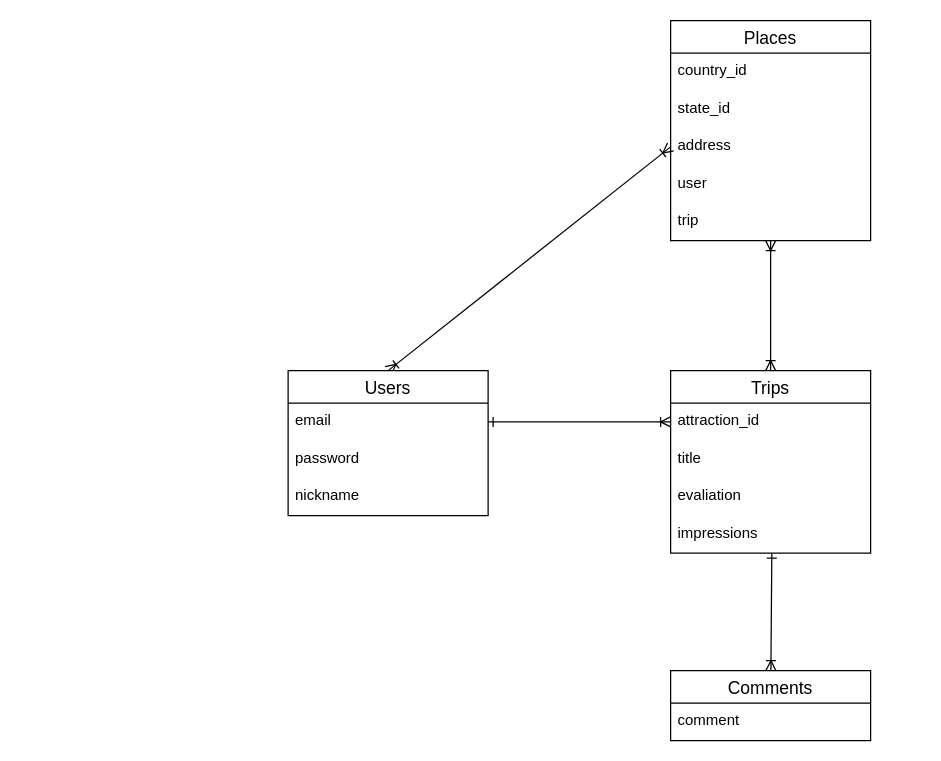
This is sightseeing.dio from Nkmryy/sightseeing-app, a draw.io file, before an edit. Source tidied: cells renumbered, new cells numbered last; positions are measured from the earlier drawing's top-left corner, leaving out a move shared by most shapes. Both pictures are drawn from the tidied source at 125%, with x=0, y=0 at pixel (288, 20).
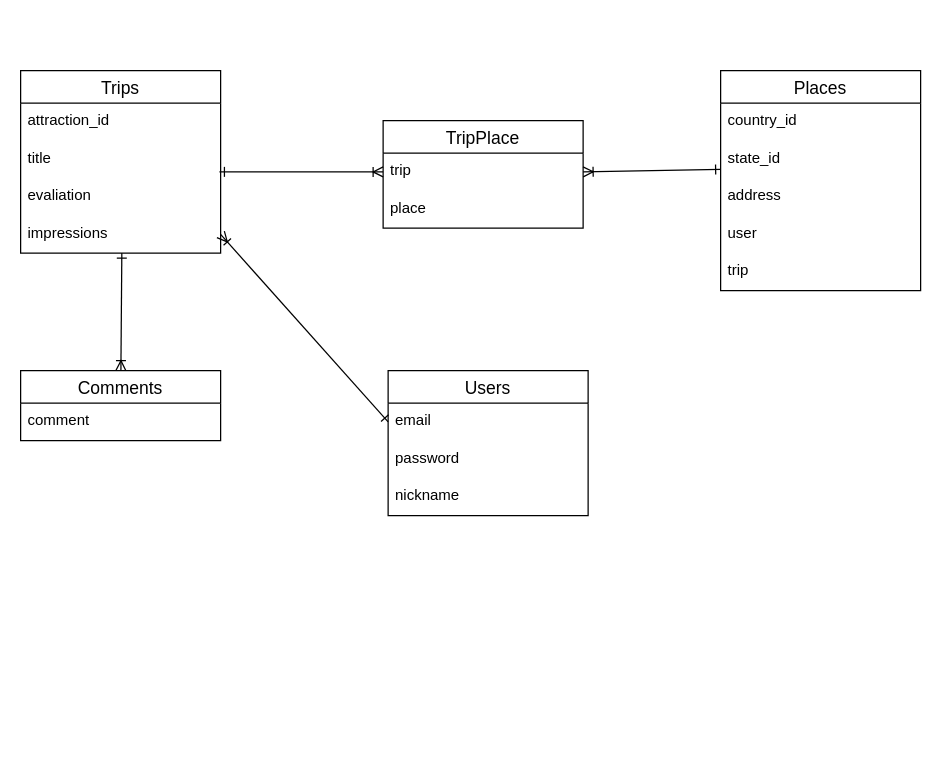
The same page after the edit.

The change refers to these unchanged cells:
```xml
<mxCell id="4" value="email" style="text;strokeColor=none;fillColor=none;spacingLeft=4;spacingRight=4;overflow=hidden;points=[[0,0.5],[1,0.5]];portConstraint=eastwest;fontSize=12;" parent="3" vertex="1">
  <mxGeometry y="26" width="160" height="30" as="geometry" />
</mxCell>
<mxCell id="10" value="state_id" style="text;strokeColor=none;fillColor=none;spacingLeft=4;spacingRight=4;overflow=hidden;points=[[0,0.5],[1,0.5]];portConstraint=eastwest;fontSize=12;" parent="8" vertex="1">
  <mxGeometry y="56" width="160" height="30" as="geometry" />
</mxCell>
<mxCell id="11" value="address" style="text;strokeColor=none;fillColor=none;spacingLeft=4;spacingRight=4;overflow=hidden;points=[[0,0.5],[1,0.5]];portConstraint=eastwest;fontSize=12;" parent="8" vertex="1">
  <mxGeometry y="86" width="160" height="30" as="geometry" />
</mxCell>
<mxCell id="15" value="attraction_id" style="text;strokeColor=none;fillColor=none;spacingLeft=4;spacingRight=4;overflow=hidden;points=[[0,0.5],[1,0.5]];portConstraint=eastwest;fontSize=12;" parent="14" vertex="1">
  <mxGeometry y="26" width="160" height="30" as="geometry" />
</mxCell>
<mxCell id="16" value="title" style="text;strokeColor=none;fillColor=none;spacingLeft=4;spacingRight=4;overflow=hidden;points=[[0,0.5],[1,0.5]];portConstraint=eastwest;fontSize=12;" parent="14" vertex="1">
  <mxGeometry y="56" width="160" height="30" as="geometry" />
</mxCell>
<mxCell id="18" value="impressions" style="text;strokeColor=none;fillColor=none;spacingLeft=4;spacingRight=4;overflow=hidden;points=[[0,0.5],[1,0.5]];portConstraint=eastwest;fontSize=12;" parent="14" vertex="1">
  <mxGeometry y="116" width="160" height="30" as="geometry" />
</mxCell>
```

The edit, as a diff of the source:
```diff
@@
-    <mxCell id="2" style="edgeStyle=none;rounded=0;jettySize=auto;html=1;exitX=0.5;exitY=0;exitDx=0;exitDy=0;entryX=0;entryY=0.5;entryDx=0;entryDy=0;startArrow=ERoneToMany;startFill=0;endArrow=ERoneToMany;endFill=0;" parent="1" edge="1" source="3" target="11">
-      <mxGeometry relative="1" as="geometry" />
-    </mxCell>
     <mxCell id="3" value="Users" style="swimlane;fontStyle=0;horizontal=1;startSize=26;align=center;fontSize=14;" parent="1" vertex="1">
-      <mxGeometry y="280" width="160" height="116" as="geometry" />
+      <mxGeometry x="80" y="280" width="160" height="116" as="geometry" />
     </mxCell>
@@
-    <mxCell id="7" style="edgeStyle=none;rounded=0;jettySize=auto;html=1;entryX=0.5;entryY=0;entryDx=0;entryDy=0;startArrow=ERoneToMany;startFill=0;endArrow=ERoneToMany;endFill=0;" parent="1" edge="1" source="8" target="14">
+    <mxCell id="7" style="edgeStyle=none;rounded=0;jettySize=auto;html=1;entryX=0.994;entryY=0.833;entryDx=0;entryDy=0;startArrow=ERoneToMany;startFill=0;endArrow=ERone;endFill=0;entryPerimeter=0;exitX=0;exitY=0.5;exitDx=0;exitDy=0;" parent="1" edge="1" source="24" target="16">
       <mxGeometry relative="1" as="geometry" />
     </mxCell>
     <mxCell id="8" value="Places" style="swimlane;fontStyle=0;horizontal=1;startSize=26;align=center;fontSize=14;" parent="1" vertex="1">
-      <mxGeometry x="306" width="160" height="176" as="geometry" />
+      <mxGeometry x="346" y="40" width="160" height="176" as="geometry" />
     </mxCell>
@@
     <mxCell id="14" value="Trips" style="swimlane;fontStyle=0;horizontal=1;startSize=26;align=center;fontSize=14;" parent="1" vertex="1">
-      <mxGeometry x="306" y="280" width="160" height="146" as="geometry" />
+      <mxGeometry x="-214" y="40" width="160" height="146" as="geometry" />
     </mxCell>
@@
     <mxCell id="20" value="Comments" style="swimlane;fontStyle=0;horizontal=1;startSize=26;align=center;fontSize=14;" parent="1" vertex="1">
-      <mxGeometry x="306" y="520" width="160" height="56" as="geometry" />
+      <mxGeometry x="-214" y="280" width="160" height="56" as="geometry" />
     </mxCell>
@@
-    <mxCell id="22" style="edgeStyle=none;rounded=0;jettySize=auto;html=1;exitX=1;exitY=0.5;exitDx=0;exitDy=0;entryX=0;entryY=0.5;entryDx=0;entryDy=0;startArrow=ERone;startFill=0;endArrow=ERoneToMany;endFill=0;" parent="1" edge="1" source="4" target="15">
+    <mxCell id="22" style="edgeStyle=none;rounded=0;jettySize=auto;html=1;exitX=0;exitY=0.5;exitDx=0;exitDy=0;entryX=1;entryY=0.5;entryDx=0;entryDy=0;startArrow=ERone;startFill=0;endArrow=ERoneToMany;endFill=0;" parent="1" edge="1" source="4" target="18">
       <mxGeometry relative="1" as="geometry" />
     </mxCell>
+    <mxCell id="23" value="TripPlace" style="swimlane;fontStyle=0;horizontal=1;startSize=26;align=center;fontSize=14;" parent="1" vertex="1">
+      <mxGeometry x="76" y="80" width="160" height="86" as="geometry" />
+    </mxCell>
+    <mxCell id="24" value="trip" style="text;strokeColor=none;fillColor=none;spacingLeft=4;spacingRight=4;overflow=hidden;points=[[0,0.5],[1,0.5]];portConstraint=eastwest;fontSize=12;" parent="23" vertex="1">
+      <mxGeometry y="26" width="160" height="30" as="geometry" />
+    </mxCell>
+    <mxCell id="25" value="place" style="text;strokeColor=none;fillColor=none;spacingLeft=4;spacingRight=4;overflow=hidden;fontSize=12;" parent="23" vertex="1">
+      <mxGeometry y="56" width="160" height="30" as="geometry" />
+    </mxCell>
+    <mxCell id="26" style="edgeStyle=none;rounded=0;jettySize=auto;html=1;entryX=1;entryY=0.5;entryDx=0;entryDy=0;startArrow=ERone;startFill=0;endArrow=ERoneToMany;endFill=0;exitX=0;exitY=0.767;exitDx=0;exitDy=0;exitPerimeter=0;" parent="1" edge="1" source="10" target="24">
+      <mxGeometry relative="1" as="geometry" />
+    </mxCell>
```
